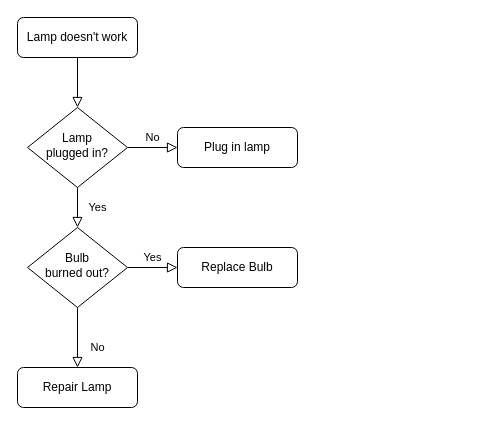
Earlier version of the draw.io diagram Fluxograma.drawio (fpaloschi/Fluxograma). Source tidied: cells renumbered, new cells numbered last; positions are measured from the earlier drawing's top-left corner, leaving out a move shared by most shapes. Both pictures are drawn from the tidied source at 100%, with x=0, y=0 at pixel (17, 17).
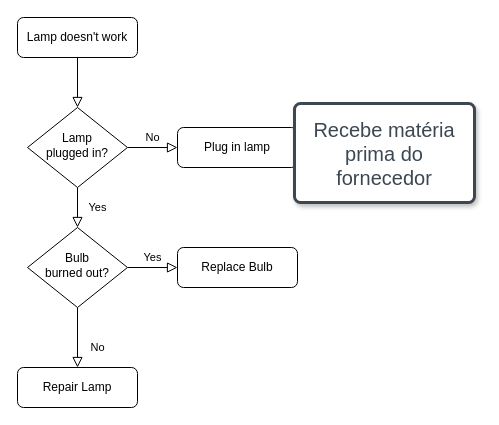
After the change.

Diff of the diagram source:
```diff
@@
 <mxGraphModel>
   <root>
     <mxCell id="0" />
     <mxCell id="1" parent="0" />
     <mxCell id="2" style="rounded=0;html=1;jettySize=auto;fontSize=11;endArrow=block;endFill=0;endSize=8;strokeWidth=1;shadow=0;labelBackgroundColor=none;edgeStyle=orthogonalEdgeStyle;" parent="1" edge="1" source="3" target="6">
       <mxGeometry relative="1" as="geometry" />
     </mxCell>
     <mxCell id="3" value="Lamp doesn't work" style="rounded=1;whiteSpace=wrap;html=1;fontSize=12;glass=0;strokeWidth=1;shadow=0;" parent="1" vertex="1">
       <mxGeometry width="120" height="40" as="geometry" />
     </mxCell>
     <mxCell id="4" value="Yes" style="rounded=0;html=1;jettySize=auto;fontSize=11;endArrow=block;endFill=0;endSize=8;strokeWidth=1;shadow=0;labelBackgroundColor=none;edgeStyle=orthogonalEdgeStyle;" parent="1" edge="1" source="6" target="10">
       <mxGeometry y="20" relative="1" as="geometry" />
     </mxCell>
     <mxCell id="5" value="No" style="edgeStyle=orthogonalEdgeStyle;rounded=0;html=1;jettySize=auto;fontSize=11;endArrow=block;endFill=0;endSize=8;strokeWidth=1;shadow=0;labelBackgroundColor=none;" parent="1" edge="1" source="6" target="7">
       <mxGeometry y="10" relative="1" as="geometry" />
     </mxCell>
     <mxCell id="6" value="Lamp&lt;br&gt;plugged in?" style="rhombus;whiteSpace=wrap;html=1;shadow=0;fontFamily=Helvetica;fontSize=12;align=center;strokeWidth=1;spacing=6;spacingTop=-4;" parent="1" vertex="1">
       <mxGeometry x="10" y="90" width="100" height="80" as="geometry" />
     </mxCell>
     <mxCell id="7" value="Plug in lamp" style="rounded=1;whiteSpace=wrap;html=1;fontSize=12;glass=0;strokeWidth=1;shadow=0;" parent="1" vertex="1">
       <mxGeometry x="160" y="110" width="120" height="40" as="geometry" />
     </mxCell>
     <mxCell id="8" value="No" style="rounded=0;html=1;jettySize=auto;fontSize=11;endArrow=block;endFill=0;endSize=8;strokeWidth=1;shadow=0;labelBackgroundColor=none;edgeStyle=orthogonalEdgeStyle;" parent="1" edge="1" source="10" target="11">
       <mxGeometry x="0.33" y="20" relative="1" as="geometry" />
     </mxCell>
     <mxCell id="9" value="Yes" style="edgeStyle=orthogonalEdgeStyle;rounded=0;html=1;jettySize=auto;fontSize=11;endArrow=block;endFill=0;endSize=8;strokeWidth=1;shadow=0;labelBackgroundColor=none;" parent="1" edge="1" source="10" target="12">
       <mxGeometry y="10" relative="1" as="geometry" />
     </mxCell>
     <mxCell id="10" value="Bulb&lt;br&gt;burned out?" style="rhombus;whiteSpace=wrap;html=1;shadow=0;fontFamily=Helvetica;fontSize=12;align=center;strokeWidth=1;spacing=6;spacingTop=-4;" parent="1" vertex="1">
       <mxGeometry x="10" y="210" width="100" height="80" as="geometry" />
     </mxCell>
     <mxCell id="11" value="Repair Lamp" style="rounded=1;whiteSpace=wrap;html=1;fontSize=12;glass=0;strokeWidth=1;shadow=0;" parent="1" vertex="1">
       <mxGeometry y="350" width="120" height="40" as="geometry" />
     </mxCell>
     <mxCell id="12" value="Replace Bulb" style="rounded=1;whiteSpace=wrap;html=1;fontSize=12;glass=0;strokeWidth=1;shadow=0;" parent="1" vertex="1">
       <mxGeometry x="160" y="230" width="120" height="40" as="geometry" />
     </mxCell>
+    <mxCell id="13" value="Recebe matéria prima do fornecedor" style="html=1;overflow=block;blockSpacing=1;whiteSpace=wrap;fontSize=20;fontFamily=Helvetica;fontColor=#3d4752;align=center;spacing=11.3;strokeColor=#3d4752;strokeOpacity=100;fillOpacity=100;rounded=1;absoluteArcSize=1;arcSize=12;shadow=1;fillColor=#ffffff;strokeWidth=3;lucidId=YGcM0Bxgonje;" parent="1" vertex="1">
+      <mxGeometry x="277" y="86" width="180" height="99" as="geometry" />
+    </mxCell>
   </root>
 </mxGraphModel>
```
